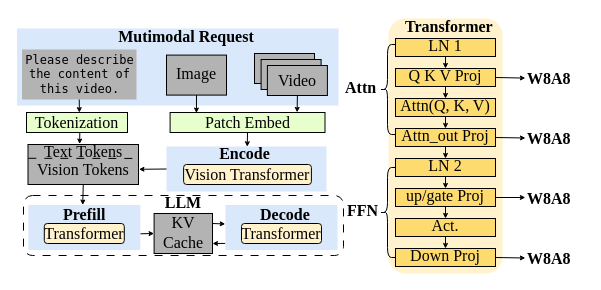
icszhr/hermes keeps this draw.io diagram as figures/bg1.drawio. Above is the earlier version. Source tidied: cells renumbered, new cells numbered last; positions are measured from the earlier drawing's top-left corner, leaving out a move shared by most shapes. Both pictures are drawn from the tidied source at 100%, with x=0, y=0 at pixel (16, 18).
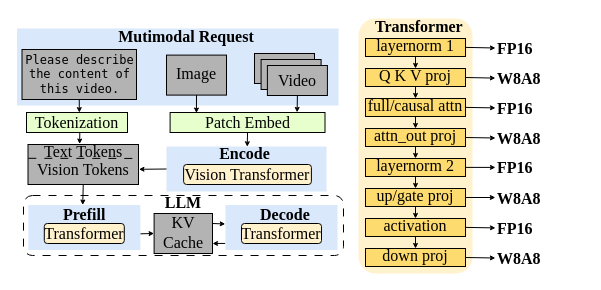
The same page after the edit.

The edit, as a diff of the source:
```diff
@@
-    <mxCell id="15" value="&lt;font face=&quot;Lucida Console&quot;&gt;Please describe the content of this video.&lt;/font&gt;" style="text;html=1;whiteSpace=wrap;strokeColor=none;fillColor=#B3B3B3;align=center;verticalAlign=middle;rounded=0;fontFamily=Times New Roman;" parent="1" vertex="1">
+    <mxCell id="15" value="&lt;font face=&quot;Lucida Console&quot;&gt;Please describe the content of this video.&lt;/font&gt;" style="text;html=1;whiteSpace=wrap;strokeColor=default;fillColor=#B3B3B3;align=center;verticalAlign=middle;rounded=0;fontFamily=Times New Roman;" parent="1" vertex="1">
       <mxGeometry x="5.5" y="31" width="114.5" height="50" as="geometry" />
     </mxCell>
@@
     <mxCell id="17" style="rounded=1;whiteSpace=wrap;html=1;fillColor=light-dark(#fff2cc, #ededed);fontSize=16;fontFamily=Times New Roman;strokeColor=none;" parent="1" vertex="1">
-      <mxGeometry x="372" width="114" height="255" as="geometry" />
+      <mxGeometry x="342" width="114" height="255" as="geometry" />
     </mxCell>
@@
     <mxCell id="39" value="&lt;span style=&quot;color: rgb(0, 0, 0); font-family: &amp;quot;Times New Roman&amp;quot;; font-size: 16px; font-style: normal; font-variant-ligatures: normal; font-variant-caps: normal; letter-spacing: normal; orphans: 2; text-align: center; text-indent: 0px; text-transform: none; widows: 2; word-spacing: 0px; -webkit-text-stroke-width: 0px; white-space: normal; text-decoration-thickness: initial; text-decoration-style: initial; text-decoration-color: initial; float: none; display: inline !important;&quot;&gt;Transformer&lt;/span&gt;" style="text;whiteSpace=wrap;html=1;labelBackgroundColor=none;spacingTop=-8;fontStyle=1;" parent="1" vertex="1">
-      <mxGeometry x="387.2" width="87.2" height="20" as="geometry" />
+      <mxGeometry x="357.2" width="87.2" height="20" as="geometry" />
     </mxCell>
     <mxCell id="40" style="group;" parent="1" vertex="1">
-      <mxGeometry x="379" y="20" width="100" height="228" as="geometry" />
+      <mxGeometry x="349" y="20" width="100" height="228" as="geometry" />
     </mxCell>
@@
-    <mxCell id="42" value="LN 1" style="rounded=0;whiteSpace=wrap;html=1;fontFamily=Times New Roman;fontSize=16;fillColor=light-dark(#fddb6f, #ededed);spacingTop=-4;" parent="40" vertex="1">
+    <mxCell id="42" value="layernorm 1" style="rounded=0;whiteSpace=wrap;html=1;fontFamily=Times New Roman;fontSize=16;fillColor=light-dark(#fddb6f, #ededed);spacingTop=-4;" parent="40" vertex="1">
       <mxGeometry width="100" height="18" as="geometry" />
     </mxCell>
@@
-    <mxCell id="44" value="Q K V Proj" style="rounded=0;whiteSpace=wrap;html=1;fontFamily=Times New Roman;fontSize=16;fillColor=light-dark(#fddb6f, #ededed);spacingTop=-4;" parent="40" vertex="1">
+    <mxCell id="44" value="Q K V proj" style="rounded=0;whiteSpace=wrap;html=1;fontFamily=Times New Roman;fontSize=16;fillColor=light-dark(#fddb6f, #ededed);spacingTop=-4;" parent="40" vertex="1">
       <mxGeometry y="30" width="100" height="18" as="geometry" />
     </mxCell>
@@
-    <mxCell id="46" value="Attn(Q, K, V)" style="rounded=0;whiteSpace=wrap;html=1;fontFamily=Times New Roman;fontSize=16;fillColor=light-dark(#fddb6f, #ededed);spacingTop=-4;" parent="40" vertex="1">
+    <mxCell id="46" value="full/causal attn" style="rounded=0;whiteSpace=wrap;html=1;fontFamily=Times New Roman;fontSize=16;fillColor=light-dark(#fddb6f, #ededed);spacingTop=-4;" parent="40" vertex="1">
       <mxGeometry y="60" width="100" height="18" as="geometry" />
     </mxCell>
@@
-    <mxCell id="48" value="Attn_out Proj" style="rounded=0;whiteSpace=wrap;html=1;fontFamily=Times New Roman;fontSize=16;fillColor=light-dark(#fddb6f, #ededed);spacingTop=-4;" parent="40" vertex="1">
+    <mxCell id="48" value="attn_out proj" style="rounded=0;whiteSpace=wrap;html=1;fontFamily=Times New Roman;fontSize=16;fillColor=light-dark(#fddb6f, #ededed);spacingTop=-4;" parent="40" vertex="1">
       <mxGeometry y="90" width="100" height="18" as="geometry" />
     </mxCell>
@@
-    <mxCell id="50" value="LN 2" style="rounded=0;whiteSpace=wrap;html=1;fontFamily=Times New Roman;fontSize=16;fillColor=light-dark(#fddb6f, #ededed);spacingTop=-4;" parent="40" vertex="1">
+    <mxCell id="50" value="layernorm&amp;nbsp;2" style="rounded=0;whiteSpace=wrap;html=1;fontFamily=Times New Roman;fontSize=16;fillColor=light-dark(#fddb6f, #ededed);spacingTop=-4;" parent="40" vertex="1">
       <mxGeometry y="120" width="100" height="18" as="geometry" />
     </mxCell>
@@
-    <mxCell id="52" value="up/gate Proj" style="rounded=0;whiteSpace=wrap;html=1;fontFamily=Times New Roman;fontSize=16;fillColor=light-dark(#fddb6f, #ededed);spacingTop=-4;" parent="40" vertex="1">
+    <mxCell id="52" value="up/gate proj" style="rounded=0;whiteSpace=wrap;html=1;fontFamily=Times New Roman;fontSize=16;fillColor=light-dark(#fddb6f, #ededed);spacingTop=-4;" parent="40" vertex="1">
       <mxGeometry y="150" width="100" height="18" as="geometry" />
     </mxCell>
@@
-    <mxCell id="54" value="&lt;span&gt;Act.&lt;/span&gt;" style="rounded=0;whiteSpace=wrap;html=1;fontFamily=Times New Roman;fontSize=16;fillColor=light-dark(#fddb6f, #ededed);spacingTop=-4;" parent="40" vertex="1">
+    <mxCell id="54" value="&lt;span&gt;activation&lt;/span&gt;" style="rounded=0;whiteSpace=wrap;html=1;fontFamily=Times New Roman;fontSize=16;fillColor=light-dark(#fddb6f, #ededed);spacingTop=-4;" parent="40" vertex="1">
       <mxGeometry y="180" width="100" height="18" as="geometry" />
     </mxCell>
-    <mxCell id="55" value="&lt;span&gt;Down Proj&lt;/span&gt;" style="rounded=0;whiteSpace=wrap;html=1;fontFamily=Times New Roman;fontSize=16;fillColor=light-dark(#fddb6f, #ededed);spacingTop=-4;" parent="40" vertex="1">
+    <mxCell id="55" value="&lt;span&gt;down proj&lt;/span&gt;" style="rounded=0;whiteSpace=wrap;html=1;fontFamily=Times New Roman;fontSize=16;fillColor=light-dark(#fddb6f, #ededed);spacingTop=-4;" parent="40" vertex="1">
       <mxGeometry y="210" width="100" height="18" as="geometry" />
     </mxCell>
     <mxCell id="56" value="&lt;b style=&quot;forced-color-adjust: none; color: rgb(0, 0, 0); font-family: &amp;quot;Times New Roman&amp;quot;; font-size: 16px; font-style: normal; font-variant-ligatures: normal; font-variant-caps: normal; letter-spacing: normal; orphans: 2; text-align: center; text-indent: 0px; text-transform: none; widows: 2; word-spacing: 0px; -webkit-text-stroke-width: 0px; white-space: normal; text-decoration-thickness: initial; text-decoration-style: initial; text-decoration-color: initial;&quot;&gt;W8A8&lt;/b&gt;" style="text;whiteSpace=wrap;html=1;labelBackgroundColor=none;spacingTop=-7;" parent="1" vertex="1">
-      <mxGeometry x="508.9" y="51.1" width="57.7" height="17" as="geometry" />
+      <mxGeometry x="478.9" y="51.1" width="57.7" height="17" as="geometry" />
     </mxCell>
     <mxCell id="57" value="&lt;b style=&quot;color: rgb(0, 0, 0); font-family: &amp;quot;Times New Roman&amp;quot;; font-size: 16px; text-align: center;&quot;&gt;W8A8&lt;/b&gt;" style="text;whiteSpace=wrap;html=1;labelBackgroundColor=none;spacingTop=-7;" parent="1" vertex="1">
-      <mxGeometry x="509" y="111" width="51.8" height="17" as="geometry" />
+      <mxGeometry x="479" y="111" width="51.8" height="17" as="geometry" />
     </mxCell>
     <mxCell id="58" value="&lt;b style=&quot;color: rgb(0, 0, 0); font-family: &amp;quot;Times New Roman&amp;quot;; font-size: 16px; text-align: center;&quot;&gt;W8A8&lt;/b&gt;" style="text;whiteSpace=wrap;html=1;labelBackgroundColor=none;spacingTop=-7;" parent="1" vertex="1">
-      <mxGeometry x="508.9" y="170.5" width="51.8" height="17" as="geometry" />
+      <mxGeometry x="478.9" y="170.5" width="51.8" height="17" as="geometry" />
     </mxCell>
     <mxCell id="59" value="&lt;b style=&quot;color: rgb(0, 0, 0); font-family: &amp;quot;Times New Roman&amp;quot;; font-size: 16px; text-align: center;&quot;&gt;W8A8&lt;/b&gt;" style="text;whiteSpace=wrap;html=1;labelBackgroundColor=none;spacingTop=-7;" parent="1" vertex="1">
-      <mxGeometry x="508.9" y="231" width="51.8" height="17" as="geometry" />
+      <mxGeometry x="478.9" y="231" width="51.8" height="17" as="geometry" />
     </mxCell>
@@
-    <mxCell id="64" style="shape=curlyBracket;whiteSpace=wrap;html=1;rounded=1;labelPosition=left;verticalLabelPosition=middle;align=right;verticalAlign=middle;" parent="1" vertex="1">
-      <mxGeometry x="363" y="26" width="16" height="90" as="geometry" />
-    </mxCell>
-    <mxCell id="65" value="&lt;b style=&quot;forced-color-adjust: none; color: rgb(0, 0, 0); font-family: &amp;quot;Times New Roman&amp;quot;; font-size: 16px; font-style: normal; font-variant-ligatures: normal; font-variant-caps: normal; letter-spacing: normal; orphans: 2; text-align: center; text-indent: 0px; text-transform: none; widows: 2; word-spacing: 0px; -webkit-text-stroke-width: 0px; white-space: normal; text-decoration-thickness: initial; text-decoration-style: initial; text-decoration-color: initial;&quot;&gt;Attn&lt;/b&gt;" style="text;whiteSpace=wrap;html=1;labelBackgroundColor=none;spacingTop=-7;" parent="1" vertex="1">
-      <mxGeometry x="327" y="59.6" width="40" height="17" as="geometry" />
-    </mxCell>
-    <mxCell id="66" style="shape=curlyBracket;whiteSpace=wrap;html=1;rounded=1;labelPosition=left;verticalLabelPosition=middle;align=right;verticalAlign=middle;" parent="1" vertex="1">
-      <mxGeometry x="363" y="149" width="16" height="90" as="geometry" />
-    </mxCell>
-    <mxCell id="67" value="&lt;b style=&quot;forced-color-adjust: none; color: rgb(0, 0, 0); font-family: &amp;quot;Times New Roman&amp;quot;; font-size: 16px; font-style: normal; font-variant-ligatures: normal; font-variant-caps: normal; letter-spacing: normal; orphans: 2; text-align: center; text-indent: 0px; text-transform: none; widows: 2; word-spacing: 0px; -webkit-text-stroke-width: 0px; white-space: normal; text-decoration-thickness: initial; text-decoration-style: initial; text-decoration-color: initial;&quot;&gt;FFN&lt;/b&gt;" style="text;whiteSpace=wrap;html=1;labelBackgroundColor=none;spacingTop=-7;" parent="1" vertex="1">
-      <mxGeometry x="329" y="182.6" width="40" height="17" as="geometry" />
-    </mxCell>
+    <mxCell id="68" value="&lt;b style=&quot;forced-color-adjust: none; color: rgb(0, 0, 0); font-family: &amp;quot;Times New Roman&amp;quot;; font-size: 16px; font-style: normal; font-variant-ligatures: normal; font-variant-caps: normal; letter-spacing: normal; orphans: 2; text-align: center; text-indent: 0px; text-transform: none; widows: 2; word-spacing: 0px; -webkit-text-stroke-width: 0px; white-space: normal; text-decoration-thickness: initial; text-decoration-style: initial; text-decoration-color: initial;&quot;&gt;FP16&lt;/b&gt;" style="text;whiteSpace=wrap;html=1;labelBackgroundColor=none;spacingTop=-7;" parent="1" vertex="1">
+      <mxGeometry x="479" y="21" width="57.7" height="17" as="geometry" />
+    </mxCell>
+    <mxCell id="69" value="&lt;b style=&quot;color: rgb(0, 0, 0); font-family: &amp;quot;Times New Roman&amp;quot;; font-size: 16px; text-align: center;&quot;&gt;FP16&lt;/b&gt;" style="text;whiteSpace=wrap;html=1;labelBackgroundColor=none;spacingTop=-7;" parent="1" vertex="1">
+      <mxGeometry x="479" y="80.9" width="51.8" height="17" as="geometry" />
+    </mxCell>
+    <mxCell id="70" value="&lt;b style=&quot;color: rgb(0, 0, 0); font-family: &amp;quot;Times New Roman&amp;quot;; font-size: 16px; text-align: center;&quot;&gt;FP16&lt;/b&gt;" style="text;whiteSpace=wrap;html=1;labelBackgroundColor=none;spacingTop=-7;" parent="1" vertex="1">
+      <mxGeometry x="479" y="140.4" width="51.8" height="17" as="geometry" />
+    </mxCell>
+    <mxCell id="71" value="&lt;b style=&quot;color: rgb(0, 0, 0); font-family: &amp;quot;Times New Roman&amp;quot;; font-size: 16px; text-align: center;&quot;&gt;FP16&lt;/b&gt;" style="text;whiteSpace=wrap;html=1;labelBackgroundColor=none;spacingTop=-7;" parent="1" vertex="1">
+      <mxGeometry x="479" y="200.9" width="51.8" height="17" as="geometry" />
+    </mxCell>
+    <mxCell id="72" style="rounded=0;jettySize=auto;html=1;exitX=1;exitY=0.5;exitDx=0;exitDy=0;entryX=0;entryY=0.5;entryDx=0;entryDy=0;endSize=3;" parent="1" edge="1" target="68">
+      <mxGeometry relative="1" as="geometry">
+        <mxPoint x="449" y="28.9" as="sourcePoint" />
+      </mxGeometry>
+    </mxCell>
+    <mxCell id="73" style="rounded=0;jettySize=auto;html=1;exitX=1;exitY=0.5;exitDx=0;exitDy=0;entryX=0;entryY=0.5;entryDx=0;entryDy=0;endSize=3;" parent="1" edge="1" target="69">
+      <mxGeometry relative="1" as="geometry">
+        <mxPoint x="449" y="88.9" as="sourcePoint" />
+      </mxGeometry>
+    </mxCell>
+    <mxCell id="74" style="rounded=0;jettySize=auto;html=1;exitX=1;exitY=0.5;exitDx=0;exitDy=0;entryX=0;entryY=0.5;entryDx=0;entryDy=0;endSize=3;" parent="1" edge="1" target="70">
+      <mxGeometry relative="1" as="geometry">
+        <mxPoint x="449" y="148.9" as="sourcePoint" />
+      </mxGeometry>
+    </mxCell>
+    <mxCell id="75" style="rounded=0;jettySize=auto;html=1;exitX=1;exitY=0.5;exitDx=0;exitDy=0;entryX=0;entryY=0.5;entryDx=0;entryDy=0;endSize=3;" parent="1" edge="1" target="71">
+      <mxGeometry relative="1" as="geometry">
+        <mxPoint x="449" y="208.9" as="sourcePoint" />
+      </mxGeometry>
+    </mxCell>
```
